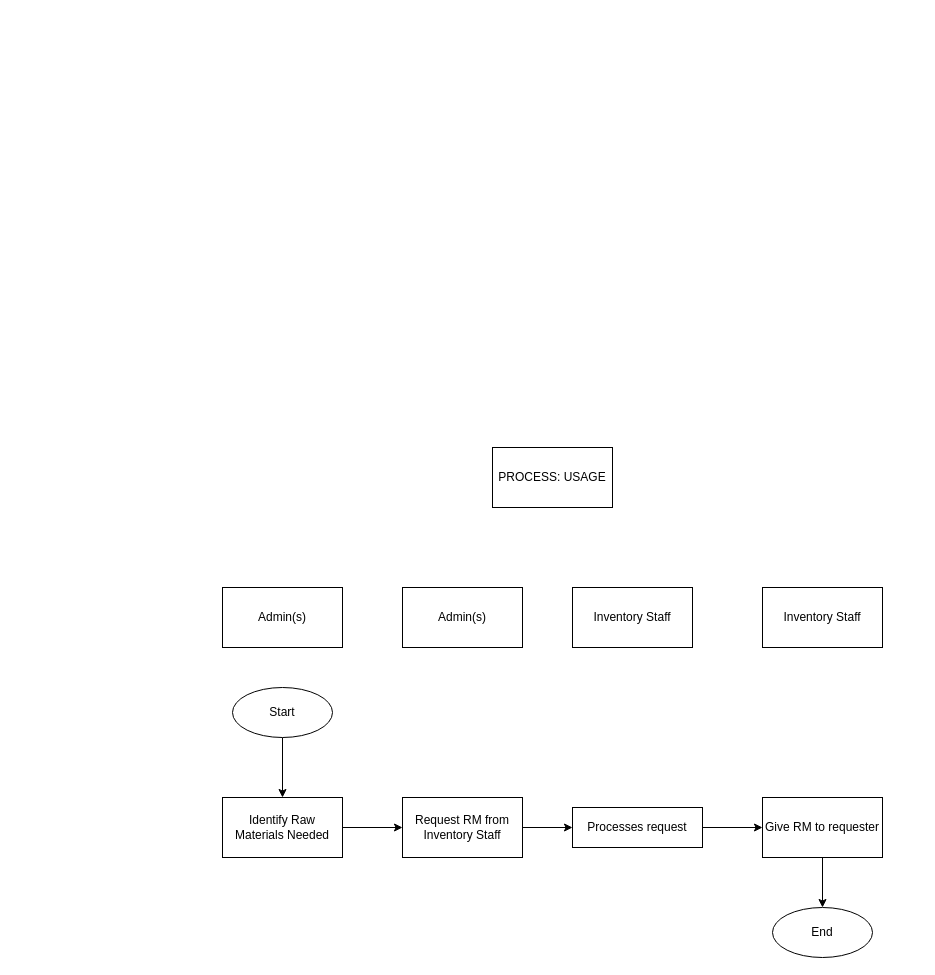
Before: page "(Process) Proposed Usage" (3 of 6) of docs/SugarCreationsFC.drawio in AllegoYuanPaolo/SC-Inventory-Project, a draw.io diagram. Source tidied: cells renumbered, new cells numbered last; positions are measured from the earlier drawing's top-left corner, leaving out a move shared by most shapes. Both pictures are drawn from the tidied source at 100%, with x=0, y=0 at pixel (222, 447).
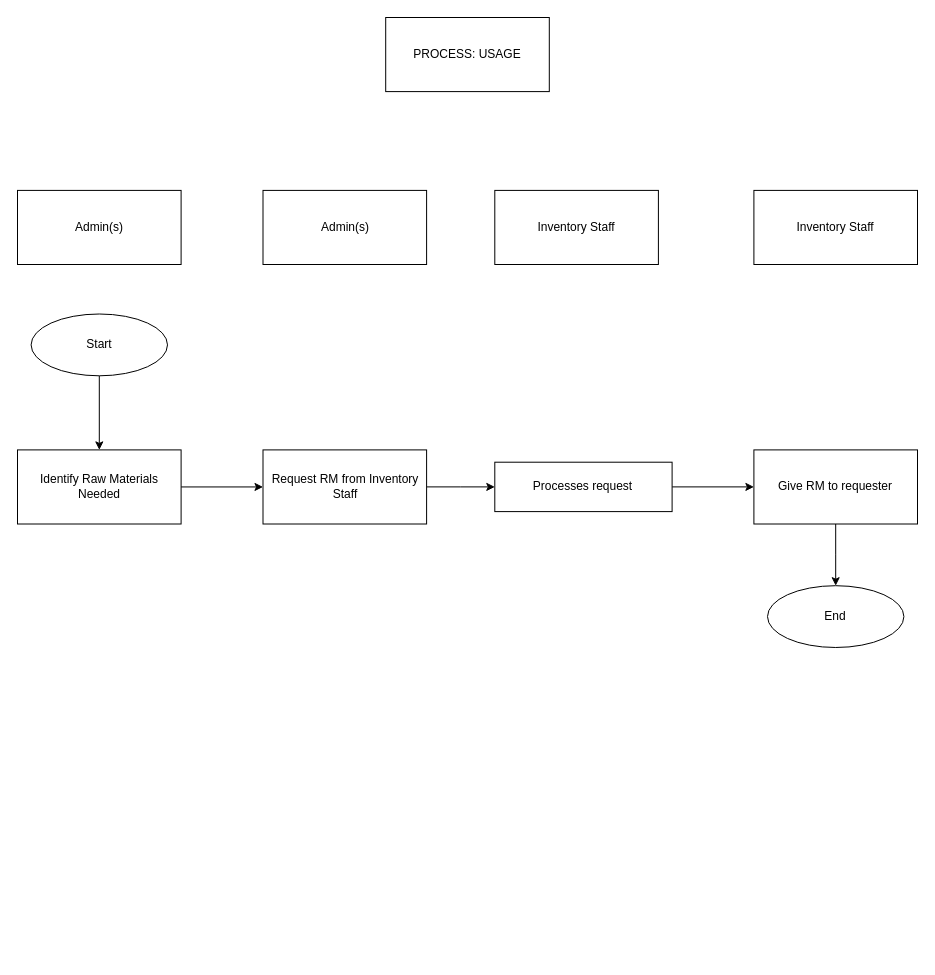
The same diagram, later.

Change to the diagram source:
```diff
@@
 <mxGraphModel>
   <root>
     <mxCell id="0" />
     <mxCell id="1" parent="0" />
+    <mxCell id="18" style="group;" parent="1" vertex="1">
+      <mxGeometry x="-205" y="-430" width="900" height="630" as="geometry" />
+    </mxCell>
-    <mxCell id="2" style="edgeStyle=orthogonalEdgeStyle;rounded=0;jettySize=auto;html=1;exitX=1;exitY=0.5;exitDx=0;exitDy=0;entryX=0;entryY=0.5;entryDx=0;entryDy=0;" parent="1" edge="1" source="3" target="7">
+    <mxCell id="2" style="edgeStyle=orthogonalEdgeStyle;rounded=0;jettySize=auto;html=1;exitX=1;exitY=0.5;exitDx=0;exitDy=0;entryX=0;entryY=0.5;entryDx=0;entryDy=0;" parent="18" edge="1" source="3" target="7">
       <mxGeometry relative="1" as="geometry" />
     </mxCell>
-    <mxCell id="3" value="Identify Raw Materials Needed" style="rounded=0;whiteSpace=wrap;html=1;" parent="1" vertex="1">
-      <mxGeometry y="350" width="120" height="60" as="geometry" />
+    <mxCell id="3" value="Identify Raw Materials Needed" style="rounded=0;whiteSpace=wrap;html=1;" parent="18" vertex="1">
+      <mxGeometry y="432.4" width="163.6" height="74.1" as="geometry" />
     </mxCell>
-    <mxCell id="4" style="edgeStyle=orthogonalEdgeStyle;rounded=0;jettySize=auto;html=1;" parent="1" edge="1" source="5" target="9">
+    <mxCell id="4" style="edgeStyle=orthogonalEdgeStyle;rounded=0;jettySize=auto;html=1;" parent="18" edge="1" source="5" target="9">
       <mxGeometry relative="1" as="geometry" />
     </mxCell>
-    <mxCell id="5" value="Processes request" style="rounded=0;whiteSpace=wrap;html=1;" parent="1" vertex="1">
-      <mxGeometry x="350" y="360" width="130" height="40" as="geometry" />
+    <mxCell id="5" value="Processes request" style="rounded=0;whiteSpace=wrap;html=1;" parent="18" vertex="1">
+      <mxGeometry x="477.3" y="444.7" width="177.3" height="49.4" as="geometry" />
     </mxCell>
-    <mxCell id="6" style="edgeStyle=orthogonalEdgeStyle;rounded=0;jettySize=auto;html=1;" parent="1" edge="1" source="7" target="5">
+    <mxCell id="6" style="edgeStyle=orthogonalEdgeStyle;rounded=0;jettySize=auto;html=1;" parent="18" edge="1" source="7" target="5">
       <mxGeometry relative="1" as="geometry" />
     </mxCell>
-    <mxCell id="7" value="Request RM from Inventory Staff" style="rounded=0;whiteSpace=wrap;html=1;" parent="1" vertex="1">
-      <mxGeometry x="180" y="350" width="120" height="60" as="geometry" />
+    <mxCell id="7" value="Request RM from Inventory Staff" style="rounded=0;whiteSpace=wrap;html=1;" parent="18" vertex="1">
+      <mxGeometry x="245.5" y="432.4" width="163.6" height="74.1" as="geometry" />
     </mxCell>
-    <mxCell id="8" style="edgeStyle=orthogonalEdgeStyle;rounded=0;jettySize=auto;html=1;" parent="1" edge="1" source="9" target="13">
+    <mxCell id="8" style="edgeStyle=orthogonalEdgeStyle;rounded=0;jettySize=auto;html=1;" parent="18" edge="1" source="9" target="13">
       <mxGeometry relative="1" as="geometry" />
     </mxCell>
-    <mxCell id="9" value="Give RM to requester" style="rounded=0;whiteSpace=wrap;html=1;" parent="1" vertex="1">
-      <mxGeometry x="540" y="350" width="120" height="60" as="geometry" />
+    <mxCell id="9" value="Give RM to requester" style="rounded=0;whiteSpace=wrap;html=1;" parent="18" vertex="1">
+      <mxGeometry x="736.4" y="432.4" width="163.6" height="74.1" as="geometry" />
     </mxCell>
-    <mxCell id="10" style="edgeStyle=orthogonalEdgeStyle;rounded=0;jettySize=auto;html=1;" parent="1" edge="1" source="11" target="3">
+    <mxCell id="10" style="edgeStyle=orthogonalEdgeStyle;rounded=0;jettySize=auto;html=1;" parent="18" edge="1" source="11" target="3">
       <mxGeometry relative="1" as="geometry" />
     </mxCell>
-    <mxCell id="11" value="Start" style="ellipse;whiteSpace=wrap;html=1;" parent="1" vertex="1">
-      <mxGeometry x="10" y="240" width="100" height="50" as="geometry" />
+    <mxCell id="11" value="Start" style="ellipse;whiteSpace=wrap;html=1;" parent="18" vertex="1">
+      <mxGeometry x="13.6" y="296.5" width="136.4" height="61.8" as="geometry" />
     </mxCell>
-    <mxCell id="12" value="Admin(s)" style="rounded=0;whiteSpace=wrap;html=1;" parent="1" vertex="1">
-      <mxGeometry y="140" width="120" height="60" as="geometry" />
+    <mxCell id="12" value="Admin(s)" style="rounded=0;whiteSpace=wrap;html=1;" parent="18" vertex="1">
+      <mxGeometry y="172.9" width="163.6" height="74.1" as="geometry" />
     </mxCell>
-    <mxCell id="13" value="End" style="ellipse;whiteSpace=wrap;html=1;" parent="1" vertex="1">
-      <mxGeometry x="550" y="460" width="100" height="50" as="geometry" />
+    <mxCell id="13" value="End" style="ellipse;whiteSpace=wrap;html=1;" parent="18" vertex="1">
+      <mxGeometry x="750" y="568.2" width="136.4" height="61.8" as="geometry" />
     </mxCell>
-    <mxCell id="14" value="Admin(s)" style="rounded=0;whiteSpace=wrap;html=1;" parent="1" vertex="1">
-      <mxGeometry x="180" y="140" width="120" height="60" as="geometry" />
+    <mxCell id="14" value="Admin(s)" style="rounded=0;whiteSpace=wrap;html=1;" parent="18" vertex="1">
+      <mxGeometry x="245.5" y="172.9" width="163.6" height="74.1" as="geometry" />
     </mxCell>
-    <mxCell id="15" value="Inventory Staff" style="rounded=0;whiteSpace=wrap;html=1;" parent="1" vertex="1">
-      <mxGeometry x="350" y="140" width="120" height="60" as="geometry" />
+    <mxCell id="15" value="Inventory Staff" style="rounded=0;whiteSpace=wrap;html=1;" parent="18" vertex="1">
+      <mxGeometry x="477.3" y="172.9" width="163.6" height="74.1" as="geometry" />
     </mxCell>
-    <mxCell id="16" value="Inventory Staff" style="rounded=0;whiteSpace=wrap;html=1;" parent="1" vertex="1">
-      <mxGeometry x="540" y="140" width="120" height="60" as="geometry" />
+    <mxCell id="16" value="Inventory Staff" style="rounded=0;whiteSpace=wrap;html=1;" parent="18" vertex="1">
+      <mxGeometry x="736.4" y="172.9" width="163.6" height="74.1" as="geometry" />
     </mxCell>
-    <mxCell id="17" value="PROCESS: USAGE" style="rounded=0;whiteSpace=wrap;html=1;" parent="1" vertex="1">
-      <mxGeometry x="270" width="120" height="60" as="geometry" />
+    <mxCell id="17" value="PROCESS: USAGE" style="rounded=0;whiteSpace=wrap;html=1;" parent="18" vertex="1">
+      <mxGeometry x="368.2" width="163.6" height="74.1" as="geometry" />
     </mxCell>
   </root>
 </mxGraphModel>
```
